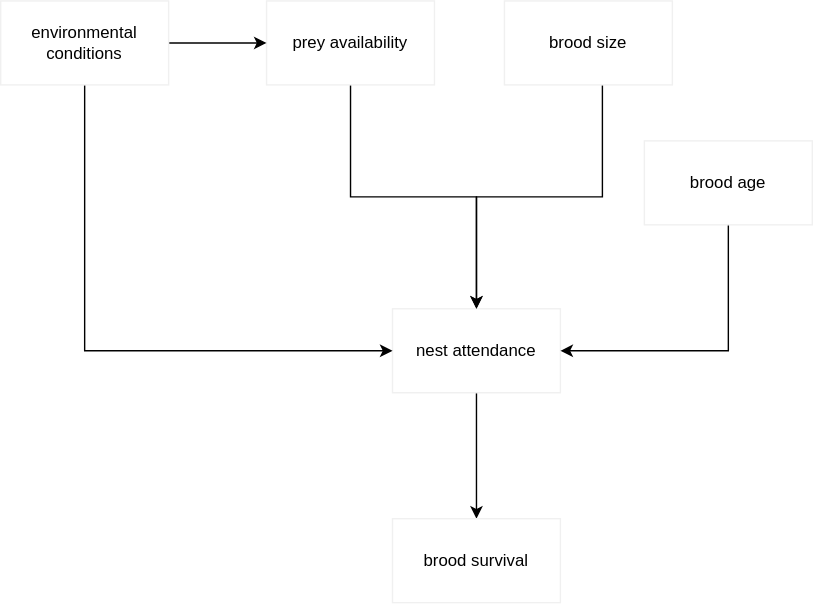
Above: documents/dag.drawio.svg in robert-sipho/pefa_nest-cam (draw.io), before the change. Source tidied: cells renumbered, new cells last; positions are measured from the earlier drawing's top-left corner, leaving out a move shared by most shapes. The source it was exported from:
```xml
<mxGraphModel>
  <root>
    <mxCell id="0" />
    <mxCell id="1" parent="0" />
    <mxCell id="2" style="edgeStyle=orthogonalEdgeStyle;rounded=0;jettySize=auto;html=1;entryX=0.5;entryY=0;entryDx=0;entryDy=0;" parent="1" edge="1" source="3" target="4">
      <mxGeometry relative="1" as="geometry" />
    </mxCell>
    <mxCell id="3" value="nest attendance" style="rounded=0;whiteSpace=wrap;html=1;fillColor=none;strokeColor=#F0F0F0;" parent="1" vertex="1">
      <mxGeometry x="280" y="220" width="120" height="60" as="geometry" />
    </mxCell>
    <mxCell id="4" value="brood survival" style="rounded=0;whiteSpace=wrap;html=1;fillColor=none;strokeColor=#F0F0F0;" parent="1" vertex="1">
      <mxGeometry x="280" y="370" width="120" height="60" as="geometry" />
    </mxCell>
    <mxCell id="5" style="edgeStyle=orthogonalEdgeStyle;rounded=0;jettySize=auto;html=1;entryX=0.5;entryY=0;entryDx=0;entryDy=0;" parent="1" edge="1" source="6" target="3">
      <mxGeometry relative="1" as="geometry" />
    </mxCell>
    <mxCell id="6" value="prey availability" style="rounded=0;whiteSpace=wrap;html=1;fillColor=none;strokeColor=#F0F0F0;" parent="1" vertex="1">
      <mxGeometry x="190" width="120" height="60" as="geometry" />
    </mxCell>
    <mxCell id="7" style="edgeStyle=orthogonalEdgeStyle;rounded=0;jettySize=auto;html=1;entryX=0.5;entryY=0;entryDx=0;entryDy=0;" parent="1" edge="1" source="8" target="3">
      <mxGeometry relative="1" as="geometry">
        <Array as="points">
          <mxPoint x="430" y="140" />
          <mxPoint x="340" y="140" />
        </Array>
      </mxGeometry>
    </mxCell>
    <mxCell id="8" value="brood size" style="rounded=0;whiteSpace=wrap;html=1;fillColor=none;strokeColor=#F0F0F0;" parent="1" vertex="1">
      <mxGeometry x="360" width="120" height="60" as="geometry" />
    </mxCell>
    <mxCell id="9" style="edgeStyle=orthogonalEdgeStyle;rounded=0;jettySize=auto;html=1;entryX=1;entryY=0.5;entryDx=0;entryDy=0;" parent="1" edge="1" source="10" target="3">
      <mxGeometry relative="1" as="geometry">
        <Array as="points">
          <mxPoint x="520" y="250" />
        </Array>
      </mxGeometry>
    </mxCell>
    <mxCell id="10" value="brood age" style="rounded=0;whiteSpace=wrap;html=1;fillColor=none;strokeColor=#F0F0F0;" parent="1" vertex="1">
      <mxGeometry x="460" y="100" width="120" height="60" as="geometry" />
    </mxCell>
    <mxCell id="11" style="edgeStyle=orthogonalEdgeStyle;rounded=0;jettySize=auto;html=1;entryX=0;entryY=0.5;entryDx=0;entryDy=0;" parent="1" edge="1" source="13" target="3">
      <mxGeometry relative="1" as="geometry">
        <Array as="points">
          <mxPoint x="60" y="250" />
        </Array>
      </mxGeometry>
    </mxCell>
    <mxCell id="12" style="edgeStyle=orthogonalEdgeStyle;rounded=0;jettySize=auto;html=1;entryX=0;entryY=0.5;entryDx=0;entryDy=0;" parent="1" edge="1" source="13" target="6">
      <mxGeometry relative="1" as="geometry" />
    </mxCell>
    <mxCell id="13" value="environmental conditions" style="rounded=0;whiteSpace=wrap;html=1;fillColor=none;strokeColor=#F0F0F0;" parent="1" vertex="1">
      <mxGeometry width="120" height="60" as="geometry" />
    </mxCell>
  </root>
</mxGraphModel>
```
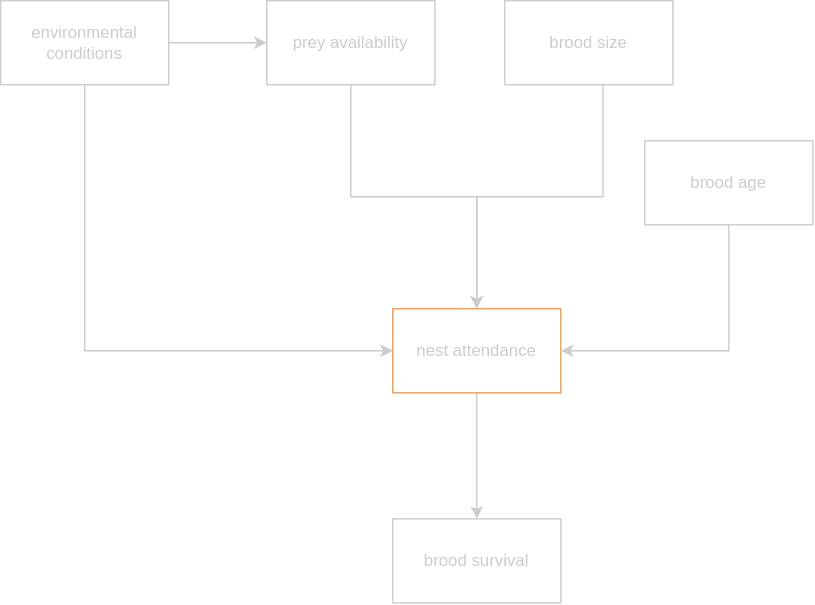
Above is the later version.

The edit, as a diff of the source:
```diff
@@ -2,22 +2,22 @@
   <root>
     <mxCell id="0" />
     <mxCell id="1" parent="0" />
-    <mxCell id="2" style="edgeStyle=orthogonalEdgeStyle;rounded=0;jettySize=auto;html=1;entryX=0.5;entryY=0;entryDx=0;entryDy=0;" parent="1" edge="1" source="3" target="4">
+    <mxCell id="2" style="edgeStyle=orthogonalEdgeStyle;rounded=0;jettySize=auto;html=1;entryX=0.5;entryY=0;entryDx=0;entryDy=0;strokeColor=#CCCCCC;" parent="1" edge="1" source="3" target="4">
       <mxGeometry relative="1" as="geometry" />
     </mxCell>
-    <mxCell id="3" value="nest attendance" style="rounded=0;whiteSpace=wrap;html=1;fillColor=none;strokeColor=#F0F0F0;" parent="1" vertex="1">
+    <mxCell id="3" value="nest attendance" style="rounded=0;whiteSpace=wrap;html=1;fillColor=none;fontColor=#CCCCCC;strokeColor=#E39F5B;" parent="1" vertex="1">
       <mxGeometry x="280" y="220" width="120" height="60" as="geometry" />
     </mxCell>
-    <mxCell id="4" value="brood survival" style="rounded=0;whiteSpace=wrap;html=1;fillColor=none;strokeColor=#F0F0F0;" parent="1" vertex="1">
+    <mxCell id="4" value="brood survival" style="rounded=0;whiteSpace=wrap;html=1;fillColor=none;strokeColor=#CCCCCC;fontColor=#CCCCCC;" parent="1" vertex="1">
       <mxGeometry x="280" y="370" width="120" height="60" as="geometry" />
     </mxCell>
-    <mxCell id="5" style="edgeStyle=orthogonalEdgeStyle;rounded=0;jettySize=auto;html=1;entryX=0.5;entryY=0;entryDx=0;entryDy=0;" parent="1" edge="1" source="6" target="3">
+    <mxCell id="5" style="edgeStyle=orthogonalEdgeStyle;rounded=0;jettySize=auto;html=1;entryX=0.5;entryY=0;entryDx=0;entryDy=0;strokeColor=#CCCCCC;" parent="1" edge="1" source="6" target="3">
       <mxGeometry relative="1" as="geometry" />
     </mxCell>
-    <mxCell id="6" value="prey availability" style="rounded=0;whiteSpace=wrap;html=1;fillColor=none;strokeColor=#F0F0F0;" parent="1" vertex="1">
+    <mxCell id="6" value="prey availability" style="rounded=0;whiteSpace=wrap;html=1;fillColor=none;strokeColor=#CCCCCC;fontColor=#CCCCCC;" parent="1" vertex="1">
       <mxGeometry x="190" width="120" height="60" as="geometry" />
     </mxCell>
-    <mxCell id="7" style="edgeStyle=orthogonalEdgeStyle;rounded=0;jettySize=auto;html=1;entryX=0.5;entryY=0;entryDx=0;entryDy=0;" parent="1" edge="1" source="8" target="3">
+    <mxCell id="7" style="edgeStyle=orthogonalEdgeStyle;rounded=0;jettySize=auto;html=1;entryX=0.5;entryY=0;entryDx=0;entryDy=0;strokeColor=#CCCCCC;" parent="1" edge="1" source="8" target="3">
       <mxGeometry relative="1" as="geometry">
         <Array as="points">
           <mxPoint x="430" y="140" />
@@ -25,30 +25,30 @@
         </Array>
       </mxGeometry>
     </mxCell>
-    <mxCell id="8" value="brood size" style="rounded=0;whiteSpace=wrap;html=1;fillColor=none;strokeColor=#F0F0F0;" parent="1" vertex="1">
+    <mxCell id="8" value="brood size" style="rounded=0;whiteSpace=wrap;html=1;fillColor=none;strokeColor=#CCCCCC;fontColor=#CCCCCC;" parent="1" vertex="1">
       <mxGeometry x="360" width="120" height="60" as="geometry" />
     </mxCell>
-    <mxCell id="9" style="edgeStyle=orthogonalEdgeStyle;rounded=0;jettySize=auto;html=1;entryX=1;entryY=0.5;entryDx=0;entryDy=0;" parent="1" edge="1" source="10" target="3">
+    <mxCell id="9" style="edgeStyle=orthogonalEdgeStyle;rounded=0;jettySize=auto;html=1;entryX=1;entryY=0.5;entryDx=0;entryDy=0;strokeColor=#CCCCCC;" parent="1" edge="1" source="10" target="3">
       <mxGeometry relative="1" as="geometry">
         <Array as="points">
           <mxPoint x="520" y="250" />
         </Array>
       </mxGeometry>
     </mxCell>
-    <mxCell id="10" value="brood age" style="rounded=0;whiteSpace=wrap;html=1;fillColor=none;strokeColor=#F0F0F0;" parent="1" vertex="1">
+    <mxCell id="10" value="brood age" style="rounded=0;whiteSpace=wrap;html=1;fillColor=none;strokeColor=#CCCCCC;fontColor=#CCCCCC;" parent="1" vertex="1">
       <mxGeometry x="460" y="100" width="120" height="60" as="geometry" />
     </mxCell>
-    <mxCell id="11" style="edgeStyle=orthogonalEdgeStyle;rounded=0;jettySize=auto;html=1;entryX=0;entryY=0.5;entryDx=0;entryDy=0;" parent="1" edge="1" source="13" target="3">
+    <mxCell id="11" style="edgeStyle=orthogonalEdgeStyle;rounded=0;jettySize=auto;html=1;entryX=0;entryY=0.5;entryDx=0;entryDy=0;strokeColor=#CCCCCC;" parent="1" edge="1" source="13" target="3">
       <mxGeometry relative="1" as="geometry">
         <Array as="points">
           <mxPoint x="60" y="250" />
         </Array>
       </mxGeometry>
     </mxCell>
-    <mxCell id="12" style="edgeStyle=orthogonalEdgeStyle;rounded=0;jettySize=auto;html=1;entryX=0;entryY=0.5;entryDx=0;entryDy=0;" parent="1" edge="1" source="13" target="6">
+    <mxCell id="12" style="edgeStyle=orthogonalEdgeStyle;rounded=0;jettySize=auto;html=1;entryX=0;entryY=0.5;entryDx=0;entryDy=0;strokeColor=#CCCCCC;" parent="1" edge="1" source="13" target="6">
       <mxGeometry relative="1" as="geometry" />
     </mxCell>
-    <mxCell id="13" value="environmental conditions" style="rounded=0;whiteSpace=wrap;html=1;fillColor=none;strokeColor=#F0F0F0;" parent="1" vertex="1">
+    <mxCell id="13" value="environmental conditions" style="rounded=0;whiteSpace=wrap;html=1;fillColor=none;strokeColor=#CCCCCC;fontColor=#CCCCCC;" parent="1" vertex="1">
       <mxGeometry width="120" height="60" as="geometry" />
     </mxCell>
   </root>
```
